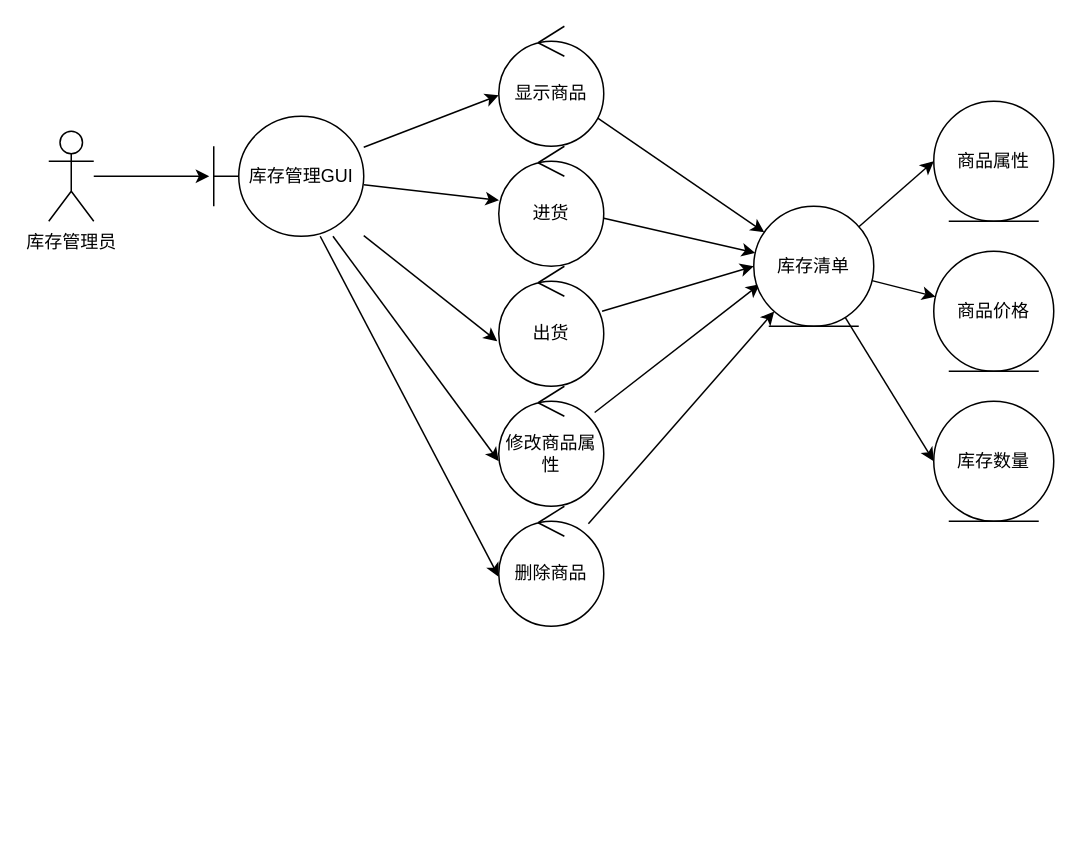
This is Untitled Diagram.drawio from slothfulviewer/slothfulviewer, a draw.io file, before an edit. Source tidied: cells renumbered, new cells numbered last; positions are measured from the earlier drawing's top-left corner, leaving out a move shared by most shapes. Both pictures are drawn from the tidied source at 150%, with x=0, y=0 at pixel (48, 26).
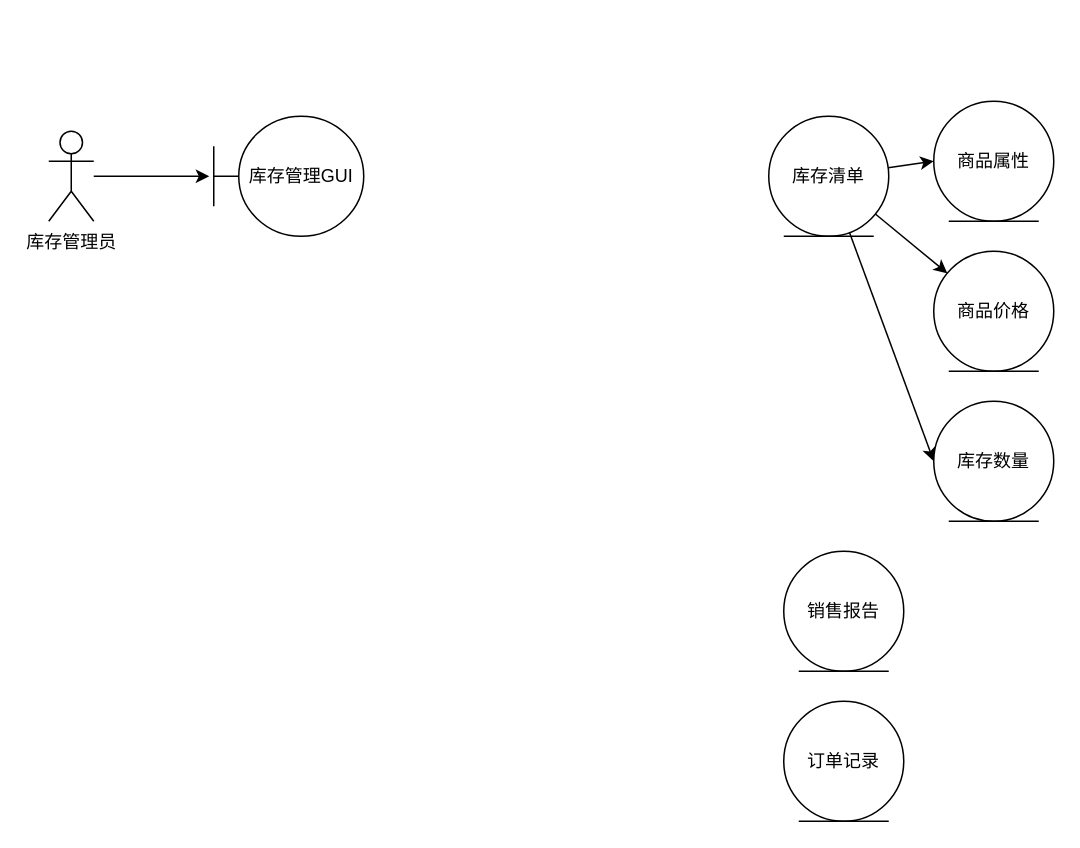
The same diagram, later.

Commit message:
Added 更新教超用例图.drawio

Unchanged cells that the change refers to:
```xml
<mxCell id="7" value="库存管理GUI" style="shape=umlBoundary;whiteSpace=wrap;html=1;" parent="1" vertex="1">
  <mxGeometry x="110" y="60" width="100" height="80" as="geometry" />
</mxCell>
```

The edit, as a diff of the source:
```diff
@@
-    <mxCell id="2" style="rounded=0;jettySize=auto;html=1;entryX=0;entryY=0.575;entryDx=0;entryDy=0;entryPerimeter=0;" parent="1" edge="1" source="7" target="11">
-      <mxGeometry relative="1" as="geometry" />
-    </mxCell>
-    <mxCell id="3" style="rounded=0;jettySize=auto;html=1;" parent="1" edge="1" source="7" target="13">
-      <mxGeometry relative="1" as="geometry" />
-    </mxCell>
-    <mxCell id="4" style="rounded=0;jettySize=auto;html=1;entryX=-0.014;entryY=0.625;entryDx=0;entryDy=0;entryPerimeter=0;" parent="1" edge="1" source="7" target="15">
-      <mxGeometry relative="1" as="geometry" />
-    </mxCell>
-    <mxCell id="5" style="rounded=0;jettySize=auto;html=1;entryX=0;entryY=0.625;entryDx=0;entryDy=0;entryPerimeter=0;" parent="1" edge="1" source="7" target="17">
-      <mxGeometry relative="1" as="geometry" />
-    </mxCell>
-    <mxCell id="6" style="rounded=0;jettySize=auto;html=1;entryX=0;entryY=0.588;entryDx=0;entryDy=0;entryPerimeter=0;" parent="1" edge="1" source="7" target="19">
-      <mxGeometry relative="1" as="geometry" />
-    </mxCell>
@@
-    <mxCell id="10" style="rounded=0;jettySize=auto;html=1;" parent="1" edge="1" source="11" target="23">
-      <mxGeometry relative="1" as="geometry" />
-    </mxCell>
-    <mxCell id="11" value="显示商品" style="ellipse;shape=umlControl;whiteSpace=wrap;html=1;" parent="1" vertex="1">
-      <mxGeometry x="300" width="70" height="80" as="geometry" />
-    </mxCell>
-    <mxCell id="12" style="rounded=0;jettySize=auto;html=1;" parent="1" edge="1" source="13" target="23">
-      <mxGeometry relative="1" as="geometry" />
-    </mxCell>
-    <mxCell id="13" value="进货" style="ellipse;shape=umlControl;whiteSpace=wrap;html=1;" parent="1" vertex="1">
-      <mxGeometry x="300" y="80" width="70" height="80" as="geometry" />
-    </mxCell>
-    <mxCell id="14" style="rounded=0;jettySize=auto;html=1;entryX=0;entryY=0.5;entryDx=0;entryDy=0;" parent="1" edge="1" source="15" target="23">
-      <mxGeometry relative="1" as="geometry" />
-    </mxCell>
-    <mxCell id="15" value="出货" style="ellipse;shape=umlControl;whiteSpace=wrap;html=1;" parent="1" vertex="1">
-      <mxGeometry x="300" y="160" width="70" height="80" as="geometry" />
-    </mxCell>
-    <mxCell id="16" style="rounded=0;jettySize=auto;html=1;entryX=0.05;entryY=0.65;entryDx=0;entryDy=0;entryPerimeter=0;" parent="1" edge="1" source="17" target="23">
-      <mxGeometry relative="1" as="geometry" />
-    </mxCell>
-    <mxCell id="17" value="修改商品属性" style="ellipse;shape=umlControl;whiteSpace=wrap;html=1;" parent="1" vertex="1">
-      <mxGeometry x="300" y="240" width="70" height="80" as="geometry" />
-    </mxCell>
-    <mxCell id="18" style="rounded=0;jettySize=auto;html=1;" parent="1" edge="1" source="19" target="23">
-      <mxGeometry relative="1" as="geometry" />
-    </mxCell>
-    <mxCell id="19" value="删除商品" style="ellipse;shape=umlControl;whiteSpace=wrap;html=1;" parent="1" vertex="1">
-      <mxGeometry x="300" y="320" width="70" height="80" as="geometry" />
-    </mxCell>
@@
     <mxCell id="23" value="库存清单" style="ellipse;shape=umlEntity;whiteSpace=wrap;html=1;" parent="1" vertex="1">
-      <mxGeometry x="470" y="120" width="80" height="80" as="geometry" />
+      <mxGeometry x="480" y="60" width="80" height="80" as="geometry" />
     </mxCell>
@@
+    <mxCell id="27" value="销售报告" style="ellipse;shape=umlEntity;whiteSpace=wrap;html=1;" parent="1" vertex="1">
+      <mxGeometry x="490" y="350" width="80" height="80" as="geometry" />
+    </mxCell>
+    <mxCell id="28" value="订单记录" style="ellipse;shape=umlEntity;whiteSpace=wrap;html=1;" parent="1" vertex="1">
+      <mxGeometry x="490" y="450" width="80" height="80" as="geometry" />
+    </mxCell>
```
